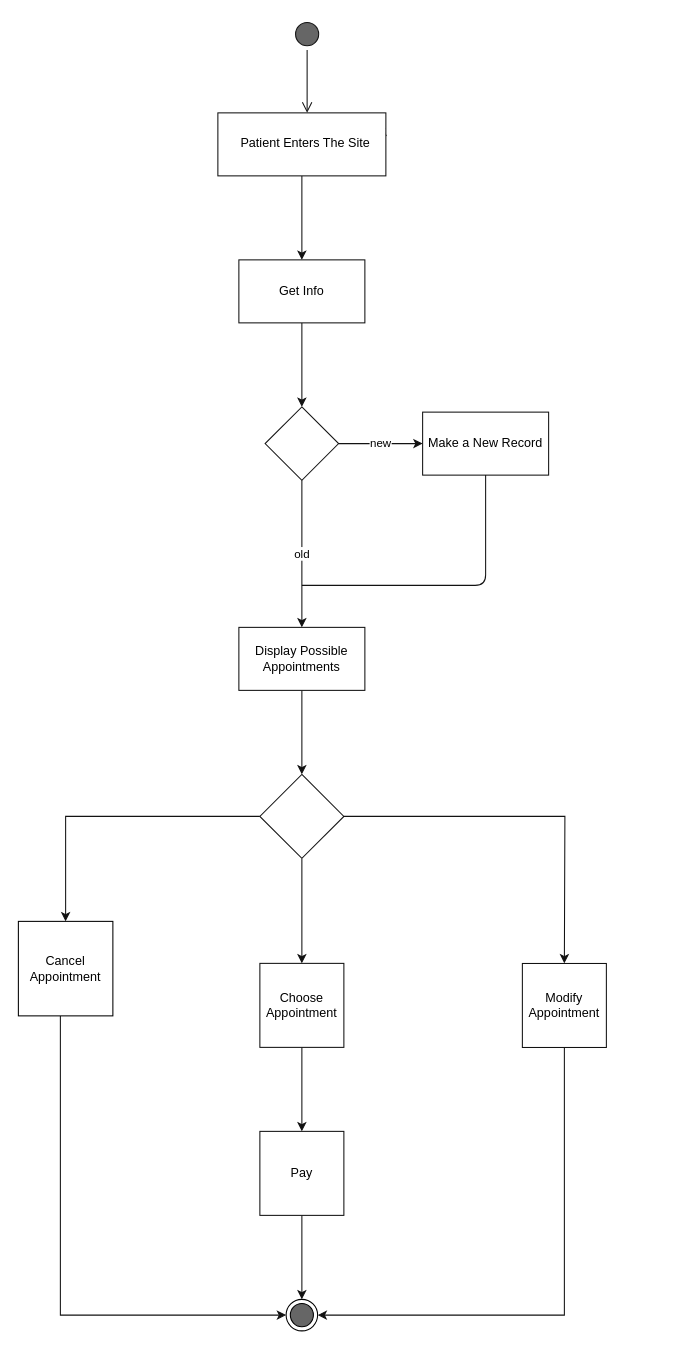
The draw.io diagram State Diagram Patient.drawio in mohammadamir98/Sama_sw1, before the edit. Source tidied: cells renumbered, new cells numbered last; positions are measured from the earlier drawing's top-left corner, leaving out a move shared by most shapes. Both pictures are drawn from the tidied source at 105%, with x=0, y=0 at pixel (18, 18).
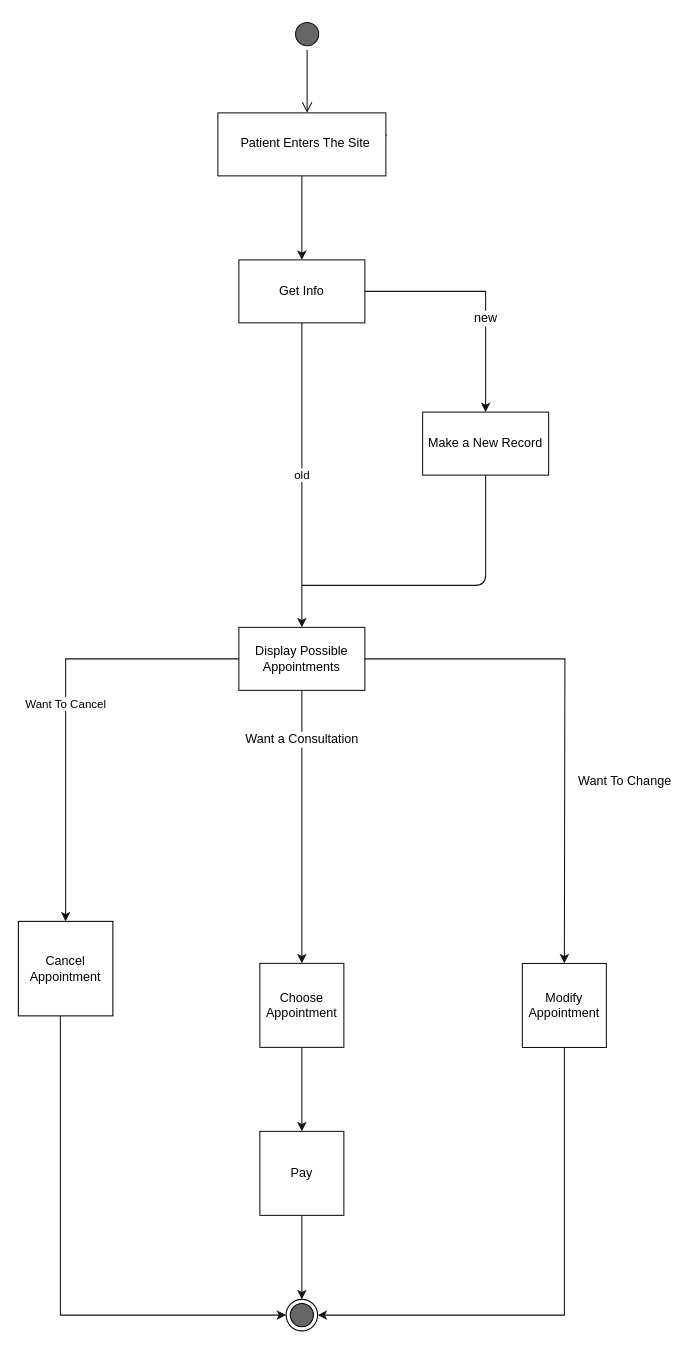
After the change.

Unchanged cells that the change refers to:
```xml
<mxCell id="8" value="Get Info" style="rounded=0;whiteSpace=wrap;html=1;strokeColor=#121212;fillColor=#FFFFFF;" parent="1" vertex="1">
  <mxGeometry x="210" y="230" width="120" height="60" as="geometry" />
</mxCell>
<mxCell id="13" value="Make a New Record" style="rounded=0;whiteSpace=wrap;html=1;strokeColor=#121212;fillColor=#FFFFFF;" parent="1" vertex="1">
  <mxGeometry x="385" y="375" width="120" height="60" as="geometry" />
</mxCell>
<mxCell id="15" value="Display Possible Appointments" style="rounded=0;whiteSpace=wrap;html=1;strokeColor=#121212;fillColor=#FFFFFF;" parent="1" vertex="1">
  <mxGeometry x="210" y="580" width="120" height="60" as="geometry" />
</mxCell>
<mxCell id="22" value="Cancel Appointment" style="whiteSpace=wrap;html=1;" parent="1" vertex="1">
  <mxGeometry y="860" width="90" height="90" as="geometry" />
</mxCell>
```

Change to the diagram source:
```diff
@@
-    <mxCell id="7" style="edgeStyle=orthogonalEdgeStyle;rounded=0;jettySize=auto;html=1;strokeColor=#121212;" parent="1" edge="1" source="8">
-      <mxGeometry relative="1" as="geometry">
-        <mxPoint x="270" y="370" as="targetPoint" />
-      </mxGeometry>
+    <mxCell id="7" style="edgeStyle=orthogonalEdgeStyle;rounded=0;jettySize=auto;html=1;strokeColor=#121212;entryX=0.5;entryY=0;entryDx=0;entryDy=0;" parent="1" edge="1" source="8" target="13">
+      <mxGeometry relative="1" as="geometry" />
     </mxCell>
+    <mxCell id="10" value="new" style="text;html=1;align=center;verticalAlign=middle;labelBackgroundColor=#ffffff;" parent="7" vertex="1">
+      <mxGeometry x="-0.01" y="-25" relative="1" as="geometry" />
+    </mxCell>
@@
-    <mxCell id="10" value="new" style="edgeStyle=orthogonalEdgeStyle;rounded=0;jettySize=auto;html=1;strokeColor=#121212;" parent="1" edge="1" source="12">
-      <mxGeometry relative="1" as="geometry">
-        <mxPoint x="385" y="405" as="targetPoint" />
-      </mxGeometry>
-    </mxCell>
-    <mxCell id="11" value="old" style="edgeStyle=orthogonalEdgeStyle;rounded=0;jettySize=auto;html=1;strokeColor=#121212;" parent="1" edge="1" source="12">
+    <mxCell id="11" value="old" style="edgeStyle=orthogonalEdgeStyle;rounded=0;jettySize=auto;html=1;strokeColor=#121212;exitX=0.5;exitY=1;exitDx=0;exitDy=0;" parent="1" edge="1" source="8">
       <mxGeometry relative="1" as="geometry">
         <mxPoint x="270" y="580" as="targetPoint" />
       </mxGeometry>
     </mxCell>
-    <mxCell id="12" style="rhombus;whiteSpace=wrap;html=1;strokeColor=#121212;fillColor=#FFFFFF;" parent="1" vertex="1">
-      <mxGeometry x="235" y="370" width="70" height="70" as="geometry" />
-    </mxCell>
@@
-    <mxCell id="14" style="edgeStyle=orthogonalEdgeStyle;rounded=0;jettySize=auto;html=1;strokeColor=#121212;" parent="1" edge="1" source="15">
-      <mxGeometry relative="1" as="geometry">
-        <mxPoint x="270" y="720" as="targetPoint" />
-      </mxGeometry>
-    </mxCell>
@@
-    <mxCell id="17" style="edgeStyle=orthogonalEdgeStyle;rounded=0;jettySize=auto;html=1;strokeColor=#121212;" parent="1" edge="1" source="20" target="22">
+    <mxCell id="17" value="Want To Cancel" style="edgeStyle=orthogonalEdgeStyle;rounded=0;jettySize=auto;html=1;strokeColor=#121212;exitX=0;exitY=0.5;exitDx=0;exitDy=0;" parent="1" edge="1" source="15" target="22">
       <mxGeometry relative="1" as="geometry" />
     </mxCell>
-    <mxCell id="18" style="edgeStyle=orthogonalEdgeStyle;rounded=0;jettySize=auto;html=1;strokeColor=#121212;" parent="1" edge="1" source="20">
+    <mxCell id="18" style="edgeStyle=orthogonalEdgeStyle;rounded=0;jettySize=auto;html=1;strokeColor=#121212;exitX=1;exitY=0.5;exitDx=0;exitDy=0;" parent="1" edge="1" source="15">
       <mxGeometry relative="1" as="geometry">
         <mxPoint x="520" y="900" as="targetPoint" />
       </mxGeometry>
     </mxCell>
+    <mxCell id="30" value="Want To Change&amp;nbsp;" style="text;html=1;align=center;verticalAlign=middle;labelBackgroundColor=#ffffff;" parent="18" vertex="1">
+      <mxGeometry x="-0.21" y="-58" relative="1" as="geometry">
+        <mxPoint x="58" y="58" as="offset" />
+      </mxGeometry>
+    </mxCell>
-    <mxCell id="19" style="edgeStyle=orthogonalEdgeStyle;rounded=0;jettySize=auto;html=1;strokeColor=#121212;" parent="1" edge="1" source="20">
+    <mxCell id="19" style="edgeStyle=orthogonalEdgeStyle;rounded=0;jettySize=auto;html=1;strokeColor=#121212;exitX=0.5;exitY=1;exitDx=0;exitDy=0;" parent="1" edge="1" source="15">
       <mxGeometry relative="1" as="geometry">
         <mxPoint x="270" y="900" as="targetPoint" />
       </mxGeometry>
     </mxCell>
-    <mxCell id="20" style="rhombus;whiteSpace=wrap;html=1;strokeColor=#121212;fillColor=#FFFFFF;" parent="1" vertex="1">
-      <mxGeometry x="230" y="720" width="80" height="80" as="geometry" />
-    </mxCell>
+    <mxCell id="31" value="Want a Consultation" style="text;html=1;align=center;verticalAlign=middle;labelBackgroundColor=#ffffff;" parent="19" vertex="1">
+      <mxGeometry x="-0.65" y="-1" relative="1" as="geometry" />
+    </mxCell>
```
